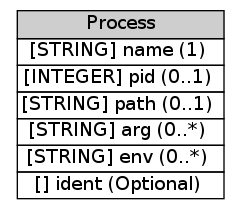
This is idmef/graph/Process.png from Moutix/idmef_parser, a Graphviz export, as it was before one commit. Its source is kept beside it as idmef/graph/Process.dot.
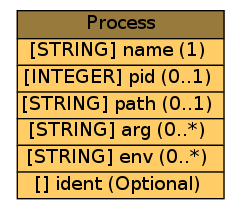
Above is the later version.

The edit, as a diff of the source:
```diff
@@ -2,5 +2,5 @@
 	graph [rankdir=LR];
 	node [label="\N"];
 	graph [bb="0,0,172,148"];
-	Process [label=<<table BORDER="0" CELLBORDER="1" CELLSPACING="0"> <tr > <td BGCOLOR="#CECECE" HREF="#" TITLE="The Process class is used to describe processes being executed on sources, targets, and analyzers. ">Process</td> </tr>" %<tr><td HREF="#" TITLE="The name of the program being executed. This is a short name; path and argument information are provided elsewhere.">[STRING] name (1) </td></tr>%<tr><td HREF="#" TITLE="The process identifier of the process.">[INTEGER] pid (0..1) </td></tr>%<tr><td HREF="#" TITLE="The full path of the program being executed.">[STRING] path (0..1) </td></tr>%<tr><td HREF="#" TITLE="A command-line argument to the program. Multiple arguments may be specified (they are assumed to have occurred in the same order they are provided) with multiple uses of arg.">[STRING] arg (0..*) </td></tr>%<tr><td HREF="#" TITLE="An environment string associated with the process; generally of the format &quot;VARIABLE=value&quot;.  Multiple environment strings may be specified with multiple uses of env.">[STRING] env (0..*) </td></tr>%<tr><td HREF="#" TITLE="A unique identifier for the process; see Section 3.2.9.">[] ident (Optional) </td></tr>%</table>>, shape=plaintext, pos="86,74", width="2.3611", height="2.0694"];
+	Process [label=<<table BORDER="0" CELLBORDER="1" CELLSPACING="0"> <tr > <td BGCOLOR="#997a3d" HREF="#" TITLE="The Process class is used to describe processes being executed on sources, targets, and analyzers. ">Process</td> </tr>" %<tr><td BGCOLOR="#FFCC66" HREF="#" TITLE="The name of the program being executed. This is a short name; path and argument information are provided elsewhere.">[STRING] name (1) </td></tr>%<tr><td BGCOLOR="#FFCC66" HREF="#" TITLE="The process identifier of the process.">[INTEGER] pid (0..1) </td></tr>%<tr><td BGCOLOR="#FFCC66" HREF="#" TITLE="The full path of the program being executed.">[STRING] path (0..1) </td></tr>%<tr><td BGCOLOR="#FFCC66" HREF="#" TITLE="A command-line argument to the program. Multiple arguments may be specified (they are assumed to have occurred in the same order they are provided) with multiple uses of arg.">[STRING] arg (0..*) </td></tr>%<tr><td BGCOLOR="#FFCC66" HREF="#" TITLE="An environment string associated with the process; generally of the format &quot;VARIABLE=value&quot;.  Multiple environment strings may be specified with multiple uses of env.">[STRING] env (0..*) </td></tr>%<tr><td BGCOLOR="#FFCC66" HREF="#" TITLE="A unique identifier for the process; see Section 3.2.9.">[] ident (Optional) </td></tr>%</table>>, shape=plaintext, pos="86,74", width="2.3611", height="2.0694"];
 }
```
